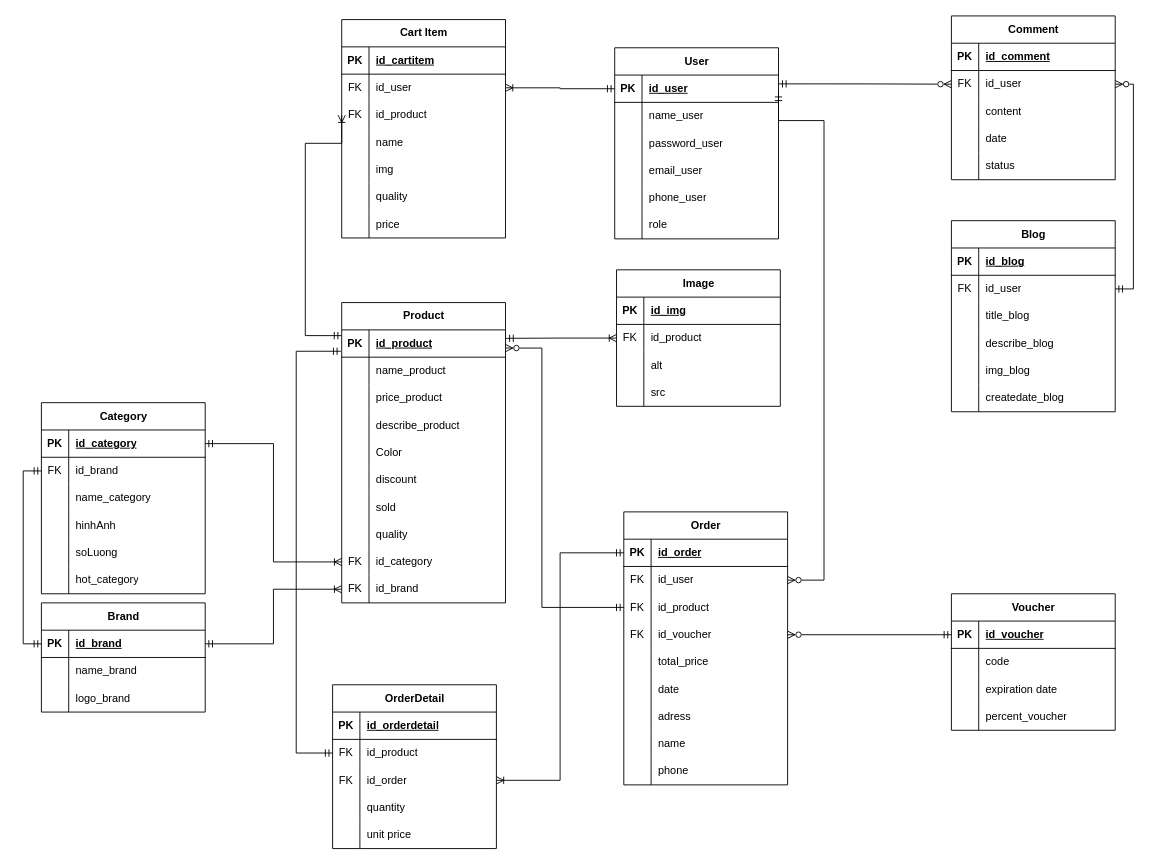
This is Untitled Diagram.drawio from Blion00/Blion00, a draw.io file, before an edit. Source tidied: cells renumbered, new cells numbered last; positions are measured from the earlier drawing's top-left corner, leaving out a move shared by most shapes. Both pictures are drawn from the tidied source at 91%, with x=0, y=0 at pixel (41, 15).
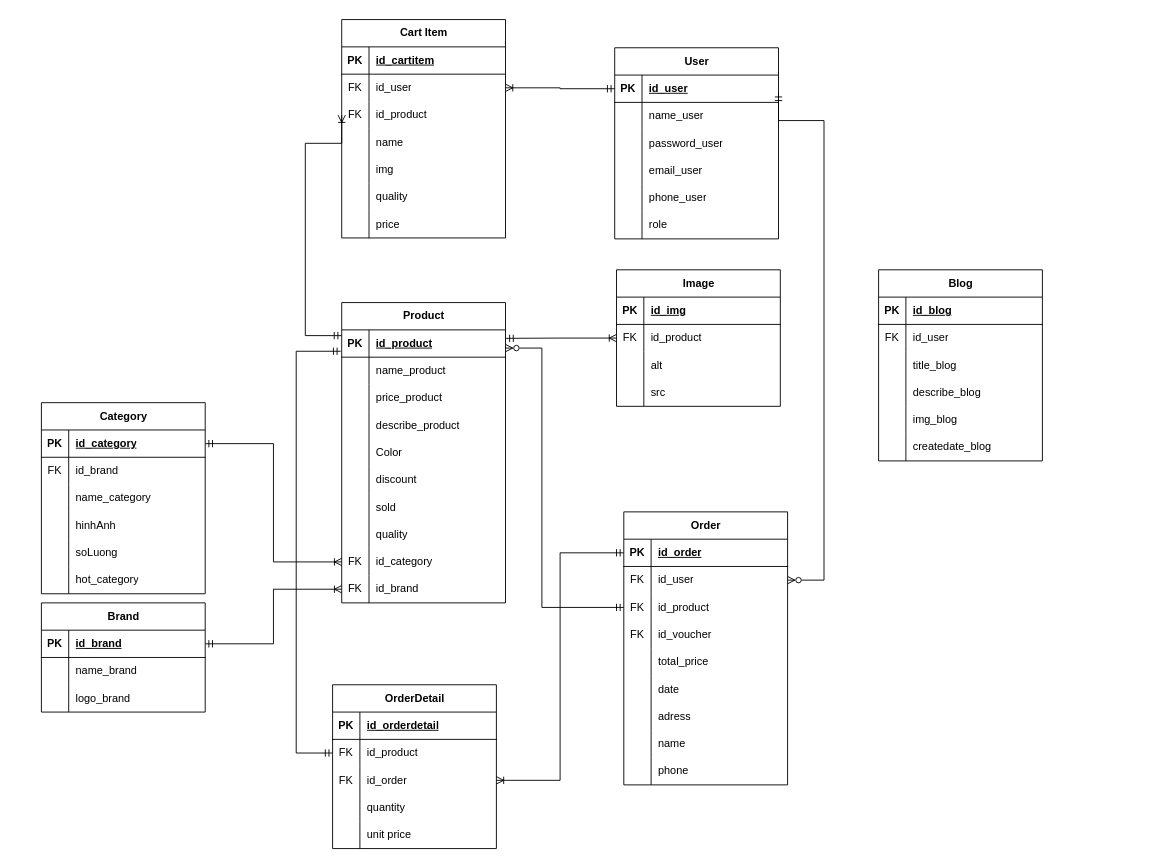
The same page after the edit.

The change refers to these unchanged cells:
```xml
<mxCell id="37" style="shape=tableRow;horizontal=0;startSize=0;swimlaneHead=0;swimlaneBody=0;fillColor=none;points=[[0,0.5],[1,0.5]];portConstraint=eastwest;top=0;left=0;right=0;bottom=0;" parent="33" vertex="1">
  <mxGeometry y="60" width="180" height="30" as="geometry" />
</mxCell>
<mxCell id="69" style="shape=tableRow;horizontal=0;startSize=0;swimlaneHead=0;swimlaneBody=0;fillColor=none;points=[[0,0.5],[1,0.5]];portConstraint=eastwest;top=0;left=0;right=0;bottom=1;" parent="68" vertex="1">
  <mxGeometry y="30" width="180" height="30" as="geometry" />
</mxCell>
<mxCell id="132" style="shape=tableRow;horizontal=0;startSize=0;swimlaneHead=0;swimlaneBody=0;fillColor=none;points=[[0,0.5],[1,0.5]];portConstraint=eastwest;top=0;left=0;right=0;bottom=0;" parent="122" vertex="1">
  <mxGeometry y="120" width="180" height="30" as="geometry" />
</mxCell>
<mxCell id="160" style="shape=tableRow;horizontal=0;startSize=0;swimlaneHead=0;swimlaneBody=0;fillColor=none;points=[[0,0.5],[1,0.5]];portConstraint=eastwest;top=0;left=0;right=0;bottom=0;" parent="156" vertex="1">
  <mxGeometry y="60" width="180" height="30" as="geometry" />
</mxCell>
<mxCell id="176" style="shape=tableRow;horizontal=0;startSize=0;swimlaneHead=0;swimlaneBody=0;fillColor=none;points=[[0,0.5],[1,0.5]];portConstraint=eastwest;top=0;left=0;right=0;bottom=1;" parent="175" vertex="1">
  <mxGeometry y="30" width="180" height="30" as="geometry" />
</mxCell>
```

Diff of the diagram source:
```diff
@@
-    <mxCell id="87" value="Voucher" style="shape=table;startSize=30;childLayout=tableLayout;rowLines=0;fontStyle=1;align=center;html=1;" parent="1" vertex="1">
-      <mxGeometry x="1000" y="635" width="180" height="150" as="geometry" />
-    </mxCell>
-    <mxCell id="88" style="shape=tableRow;horizontal=0;startSize=0;swimlaneHead=0;swimlaneBody=0;fillColor=none;points=[[0,0.5],[1,0.5]];portConstraint=eastwest;top=0;left=0;right=0;bottom=1;" parent="87" vertex="1">
-      <mxGeometry y="30" width="180" height="30" as="geometry" />
-    </mxCell>
-    <mxCell id="89" value="PK" style="shape=partialRectangle;fillColor=none;top=0;left=0;bottom=0;right=0;fontStyle=1;overflow=hidden;whiteSpace=wrap;html=1;" parent="88" vertex="1">
-      <mxGeometry width="30" height="30" as="geometry" />
-    </mxCell>
-    <mxCell id="90" value="id_voucher" style="shape=partialRectangle;fillColor=none;top=0;left=0;bottom=0;right=0;align=left;spacingLeft=6;fontStyle=5;overflow=hidden;whiteSpace=wrap;html=1;" parent="88" vertex="1">
-      <mxGeometry x="30" width="150" height="30" as="geometry" />
-    </mxCell>
-    <mxCell id="91" style="shape=tableRow;horizontal=0;startSize=0;swimlaneHead=0;swimlaneBody=0;fillColor=none;top=0;left=0;right=0;bottom=0;" parent="87" vertex="1">
-      <mxGeometry y="60" width="180" height="30" as="geometry" />
-    </mxCell>
-    <mxCell id="92" style="shape=partialRectangle;fillColor=none;top=0;left=0;bottom=0;right=0;overflow=hidden;whiteSpace=wrap;html=1;" parent="91" vertex="1">
-      <mxGeometry width="30" height="30" as="geometry" />
-    </mxCell>
-    <mxCell id="93" value="code" style="shape=partialRectangle;fillColor=none;top=0;left=0;bottom=0;right=0;align=left;spacingLeft=6;overflow=hidden;whiteSpace=wrap;html=1;" parent="91" vertex="1">
-      <mxGeometry x="30" width="150" height="30" as="geometry" />
-    </mxCell>
-    <mxCell id="94" style="shape=tableRow;horizontal=0;startSize=0;swimlaneHead=0;swimlaneBody=0;fillColor=none;top=0;left=0;right=0;bottom=0;" parent="87" vertex="1">
-      <mxGeometry y="90" width="180" height="30" as="geometry" />
-    </mxCell>
-    <mxCell id="95" style="shape=partialRectangle;fillColor=none;top=0;left=0;bottom=0;right=0;overflow=hidden;whiteSpace=wrap;html=1;" parent="94" vertex="1">
-      <mxGeometry width="30" height="30" as="geometry" />
-    </mxCell>
-    <mxCell id="96" value="expiration date" style="shape=partialRectangle;fillColor=none;top=0;left=0;bottom=0;right=0;align=left;spacingLeft=6;overflow=hidden;whiteSpace=wrap;html=1;" parent="94" vertex="1">
-      <mxGeometry x="30" width="150" height="30" as="geometry" />
-    </mxCell>
-    <mxCell id="97" style="shape=tableRow;horizontal=0;startSize=0;swimlaneHead=0;swimlaneBody=0;fillColor=none;top=0;left=0;right=0;bottom=0;" parent="87" vertex="1">
-      <mxGeometry y="120" width="180" height="30" as="geometry" />
-    </mxCell>
-    <mxCell id="98" style="shape=partialRectangle;fillColor=none;top=0;left=0;bottom=0;right=0;overflow=hidden;whiteSpace=wrap;html=1;" parent="97" vertex="1">
-      <mxGeometry width="30" height="30" as="geometry" />
-    </mxCell>
-    <mxCell id="99" value="percent_voucher" style="shape=partialRectangle;fillColor=none;top=0;left=0;bottom=0;right=0;align=left;spacingLeft=6;overflow=hidden;whiteSpace=wrap;html=1;" parent="97" vertex="1">
-      <mxGeometry x="30" width="150" height="30" as="geometry" />
-    </mxCell>
@@
-    <mxCell id="155" style="edgeStyle=orthogonalEdgeStyle;fontSize=12;html=1;endArrow=ERmandOne;startArrow=ERzeroToMany;rounded=0;endFill=0;entryX=0;entryY=0.5;entryDx=0;entryDy=0;exitX=1;exitY=0.5;exitDx=0;exitDy=0;startFill=0;" parent="1" edge="1" source="132" target="88">
-      <mxGeometry relative="1" as="geometry" />
-    </mxCell>
     <mxCell id="156" value="Blog" style="shape=table;startSize=30;childLayout=tableLayout;rowLines=0;fontStyle=1;align=center;html=1;" parent="1" vertex="1">
-      <mxGeometry x="1000" y="225" width="180" height="210" as="geometry" />
+      <mxGeometry x="920" y="279" width="180" height="210" as="geometry" />
     </mxCell>
@@
-    <mxCell id="202" value="Comment" style="shape=table;startSize=30;childLayout=tableLayout;rowLines=0;fontStyle=1;align=center;html=1;" parent="1" vertex="1">
-      <mxGeometry x="1000" width="180" height="180" as="geometry" />
-    </mxCell>
-    <mxCell id="203" style="shape=tableRow;horizontal=0;startSize=0;swimlaneHead=0;swimlaneBody=0;fillColor=none;top=0;left=0;right=0;bottom=1;" parent="202" vertex="1">
-      <mxGeometry y="30" width="180" height="30" as="geometry" />
-    </mxCell>
-    <mxCell id="204" value="PK" style="shape=partialRectangle;fillColor=none;top=0;left=0;bottom=0;right=0;fontStyle=1;overflow=hidden;whiteSpace=wrap;html=1;" parent="203" vertex="1">
-      <mxGeometry width="30" height="30" as="geometry" />
-    </mxCell>
-    <mxCell id="205" value="id_comment" style="shape=partialRectangle;fillColor=none;top=0;left=0;bottom=0;right=0;align=left;spacingLeft=6;fontStyle=5;overflow=hidden;whiteSpace=wrap;html=1;" parent="203" vertex="1">
-      <mxGeometry x="30" width="150" height="30" as="geometry" />
-    </mxCell>
-    <mxCell id="206" style="shape=tableRow;horizontal=0;startSize=0;swimlaneHead=0;swimlaneBody=0;fillColor=none;points=[[0,0.5],[1,0.5]];portConstraint=eastwest;top=0;left=0;right=0;bottom=0;" parent="202" vertex="1">
-      <mxGeometry y="60" width="180" height="30" as="geometry" />
-    </mxCell>
-    <mxCell id="207" value="FK" style="shape=partialRectangle;fillColor=none;top=0;left=0;bottom=0;right=0;overflow=hidden;whiteSpace=wrap;html=1;" parent="206" vertex="1">
-      <mxGeometry width="30" height="30" as="geometry" />
-    </mxCell>
-    <mxCell id="208" value="id_user" style="shape=partialRectangle;fillColor=none;top=0;left=0;bottom=0;right=0;align=left;spacingLeft=6;overflow=hidden;whiteSpace=wrap;html=1;" parent="206" vertex="1">
-      <mxGeometry x="30" width="150" height="30" as="geometry" />
-    </mxCell>
-    <mxCell id="209" style="shape=tableRow;horizontal=0;startSize=0;swimlaneHead=0;swimlaneBody=0;fillColor=none;top=0;left=0;right=0;bottom=0;" parent="202" vertex="1">
-      <mxGeometry y="90" width="180" height="30" as="geometry" />
-    </mxCell>
-    <mxCell id="210" style="shape=partialRectangle;fillColor=none;top=0;left=0;bottom=0;right=0;overflow=hidden;whiteSpace=wrap;html=1;" parent="209" vertex="1">
-      <mxGeometry width="30" height="30" as="geometry" />
-    </mxCell>
-    <mxCell id="211" value="content" style="shape=partialRectangle;fillColor=none;top=0;left=0;bottom=0;right=0;align=left;spacingLeft=6;overflow=hidden;whiteSpace=wrap;html=1;" parent="209" vertex="1">
-      <mxGeometry x="30" width="150" height="30" as="geometry" />
-    </mxCell>
-    <mxCell id="212" style="shape=tableRow;horizontal=0;startSize=0;swimlaneHead=0;swimlaneBody=0;fillColor=none;top=0;left=0;right=0;bottom=0;" parent="202" vertex="1">
-      <mxGeometry y="120" width="180" height="30" as="geometry" />
-    </mxCell>
-    <mxCell id="213" style="shape=partialRectangle;fillColor=none;top=0;left=0;bottom=0;right=0;overflow=hidden;whiteSpace=wrap;html=1;" parent="212" vertex="1">
-      <mxGeometry width="30" height="30" as="geometry" />
-    </mxCell>
-    <mxCell id="214" value="date" style="shape=partialRectangle;fillColor=none;top=0;left=0;bottom=0;right=0;align=left;spacingLeft=6;overflow=hidden;whiteSpace=wrap;html=1;" parent="212" vertex="1">
-      <mxGeometry x="30" width="150" height="30" as="geometry" />
-    </mxCell>
-    <mxCell id="215" style="shape=tableRow;horizontal=0;startSize=0;swimlaneHead=0;swimlaneBody=0;fillColor=none;top=0;left=0;right=0;bottom=0;" parent="202" vertex="1">
-      <mxGeometry y="150" width="180" height="30" as="geometry" />
-    </mxCell>
-    <mxCell id="216" style="shape=partialRectangle;fillColor=none;top=0;left=0;bottom=0;right=0;overflow=hidden;whiteSpace=wrap;html=1;" parent="215" vertex="1">
-      <mxGeometry width="30" height="30" as="geometry" />
-    </mxCell>
-    <mxCell id="217" value="status" style="shape=partialRectangle;fillColor=none;top=0;left=0;bottom=0;right=0;align=left;spacingLeft=6;overflow=hidden;whiteSpace=wrap;html=1;" parent="215" vertex="1">
-      <mxGeometry x="30" width="150" height="30" as="geometry" />
-    </mxCell>
-    <mxCell id="218" style="endArrow=ERzeroToMany;html=1;rounded=0;exitX=1.002;exitY=0.322;exitDx=0;exitDy=0;exitPerimeter=0;entryX=0;entryY=0.5;entryDx=0;entryDy=0;edgeStyle=orthogonalEdgeStyle;startArrow=ERmandOne;startFill=0;endFill=0;" parent="1" edge="1" source="69" target="206">
-      <mxGeometry relative="1" as="geometry" />
-    </mxCell>
-    <mxCell id="219" style="edgeStyle=orthogonalEdgeStyle;rounded=0;jettySize=auto;html=1;exitX=1;exitY=0.5;exitDx=0;exitDy=0;entryX=1;entryY=0.5;entryDx=0;entryDy=0;startArrow=ERzeroToMany;startFill=0;endArrow=ERmandOne;endFill=0;" parent="1" edge="1" source="206" target="160">
-      <mxGeometry relative="1" as="geometry" />
-    </mxCell>
-    <mxCell id="220" style="edgeStyle=orthogonalEdgeStyle;rounded=0;jettySize=auto;html=1;exitX=0;exitY=0.5;exitDx=0;exitDy=0;entryX=0;entryY=0.5;entryDx=0;entryDy=0;startArrow=ERmandOne;startFill=0;endArrow=ERmandOne;endFill=0;" parent="1" edge="1" source="176" target="37">
-      <mxGeometry relative="1" as="geometry" />
-    </mxCell>
```
